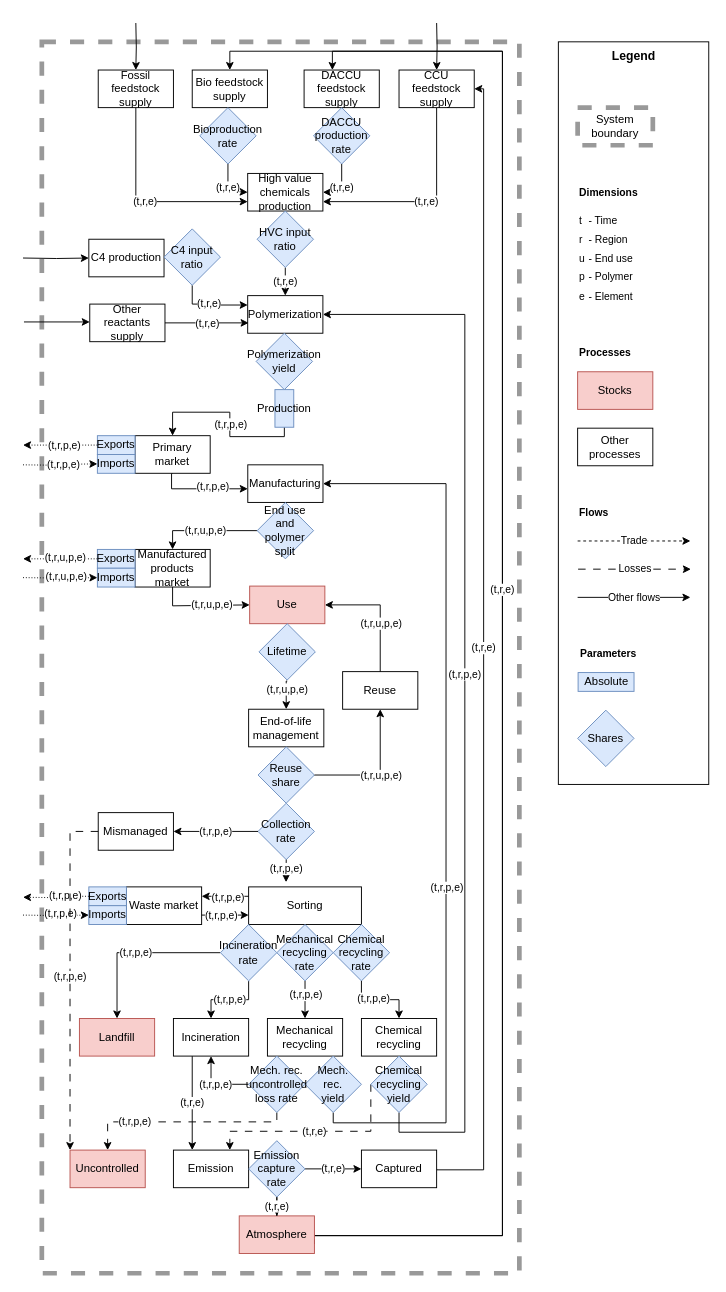
The draw.io diagram paper/figures/drawio/plastics.drawio in pik-piam/remind-mfa, before the edit. Source tidied: cells renumbered, new cells numbered last; positions are measured from the earlier drawing's top-left corner, leaving out a move shared by most shapes. Both pictures are drawn from the tidied source at 94%, with x=0, y=0 at pixel (23, 23).
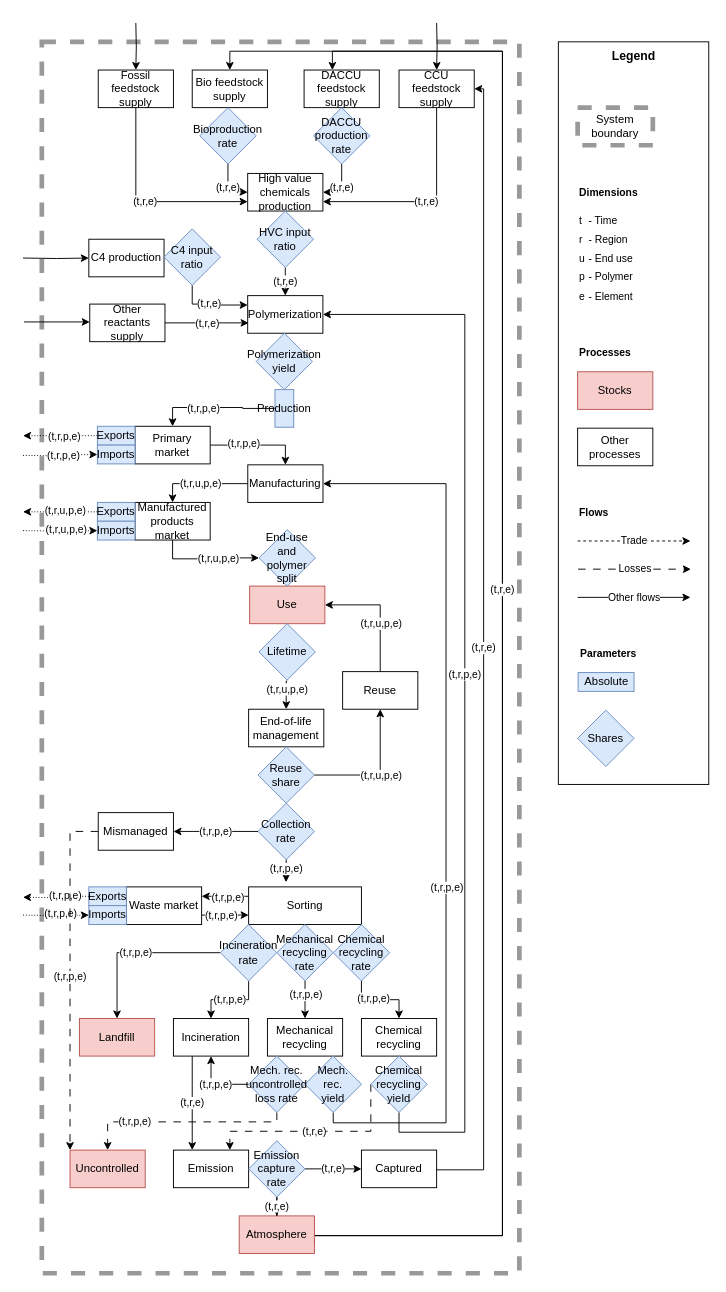
The same page after the edit.

Unchanged cells that the change refers to:
```xml
<mxCell id="4" value="Manufacturing" style="rounded=0;whiteSpace=wrap;html=1;" parent="1" vertex="1">
  <mxGeometry x="239.1" y="470" width="80" height="40" as="geometry" />
</mxCell>
<mxCell id="10" value="Use" style="rounded=0;whiteSpace=wrap;html=1;fillColor=#f8cecc;strokeColor=#b85450;" parent="1" vertex="1">
  <mxGeometry x="241.1" y="599" width="80" height="40" as="geometry" />
</mxCell>
<mxCell id="46" value="Production" style="rounded=0;whiteSpace=wrap;html=1;fillColor=#dae8fc;strokeColor=#6c8ebf;" parent="1" vertex="1">
  <mxGeometry x="268" y="390" width="20" height="40" as="geometry" />
</mxCell>
```

The edit, as a diff of the source:
```diff
@@
-    <mxCell id="5" style="edgeStyle=orthogonalEdgeStyle;rounded=0;jettySize=auto;html=1;exitX=0.5;exitY=1;exitDx=0;exitDy=0;entryX=0;entryY=0.5;entryDx=0;entryDy=0;" parent="1" edge="1" source="7">
-      <mxGeometry x="0.03" relative="1" as="geometry">
-        <mxPoint x="239.1" y="495.5" as="targetPoint" />
-        <Array as="points">
-          <mxPoint x="158" y="479" />
-          <mxPoint x="158" y="495.5" />
-        </Array>
-      </mxGeometry>
+    <mxCell id="5" style="edgeStyle=orthogonalEdgeStyle;rounded=0;jettySize=auto;html=1;exitX=1;exitY=0.5;exitDx=0;exitDy=0;entryX=0.5;entryY=0;entryDx=0;entryDy=0;" parent="1" edge="1" source="7" target="4">
+      <mxGeometry x="0.03" relative="1" as="geometry" />
     </mxCell>
     <mxCell id="6" value="(t,r,p,e)" style="edgeLabel;html=1;align=center;verticalAlign=middle;" parent="5" vertex="1">
-      <mxGeometry x="0.23" y="1" relative="1" as="geometry">
+      <mxGeometry x="-0.3" relative="1" as="geometry">
         <mxPoint y="-2" as="offset" />
       </mxGeometry>
     </mxCell>
     <mxCell id="7" value="Primary market" style="rounded=0;whiteSpace=wrap;html=1;" parent="1" vertex="1">
-      <mxGeometry x="119.1" y="439" width="80" height="40" as="geometry" />
+      <mxGeometry x="119.1" y="429" width="80" height="40" as="geometry" />
     </mxCell>
-    <mxCell id="8" style="edgeStyle=orthogonalEdgeStyle;rounded=0;jettySize=auto;html=1;entryX=0.5;entryY=0;entryDx=0;entryDy=0;exitX=0.5;exitY=1;exitDx=0;exitDy=0;" parent="1" edge="1" source="46" target="7">
-      <mxGeometry x="0.04" relative="1" as="geometry">
-        <Array as="points">
-          <mxPoint x="278" y="440" />
-          <mxPoint x="220" y="440" />
-          <mxPoint x="220" y="414" />
-          <mxPoint x="159.1" y="414" />
-        </Array>
-      </mxGeometry>
+    <mxCell id="8" style="edgeStyle=orthogonalEdgeStyle;rounded=0;jettySize=auto;html=1;exitX=0;exitY=0.5;exitDx=0;exitDy=0;entryX=0.5;entryY=0;entryDx=0;entryDy=0;" parent="1" edge="1" source="46" target="7">
+      <mxGeometry x="0.04" relative="1" as="geometry" />
     </mxCell>
     <mxCell id="9" value="(t,r,p,e)" style="edgeLabel;html=1;align=center;verticalAlign=middle;" parent="8" vertex="1">
-      <mxGeometry x="-0.09" relative="1" as="geometry" />
+      <mxGeometry x="0.2" relative="1" as="geometry" />
     </mxCell>
@@
     <mxCell id="11" value="Manufactured products market" style="rounded=0;whiteSpace=wrap;html=1;" parent="1" vertex="1">
-      <mxGeometry x="119.1" y="560" width="80" height="40" as="geometry" />
+      <mxGeometry x="119.1" y="510" width="80" height="40" as="geometry" />
     </mxCell>
-    <mxCell id="12" style="edgeStyle=orthogonalEdgeStyle;rounded=0;jettySize=auto;html=1;exitX=0.5;exitY=1;exitDx=0;exitDy=0;entryX=0;entryY=0.5;entryDx=0;entryDy=0;" parent="1" edge="1" source="11" target="10">
-      <mxGeometry relative="1" as="geometry">
-        <Array as="points">
-          <mxPoint x="159.1" y="620" />
-        </Array>
-      </mxGeometry>
+    <mxCell id="12" style="edgeStyle=orthogonalEdgeStyle;rounded=0;jettySize=auto;html=1;exitX=0.5;exitY=1;exitDx=0;exitDy=0;entryX=0;entryY=0.5;entryDx=0;entryDy=0;" parent="1" edge="1" source="11" target="55">
+      <mxGeometry relative="1" as="geometry" />
     </mxCell>
@@
     <mxCell id="14" value="Exports" style="rounded=0;whiteSpace=wrap;html=1;fillColor=#dae8fc;strokeColor=#6c8ebf;" parent="1" vertex="1">
-      <mxGeometry x="79.1" y="439" width="40" height="20" as="geometry" />
+      <mxGeometry x="79.1" y="429" width="40" height="20" as="geometry" />
     </mxCell>
     <mxCell id="15" value="Imports" style="rounded=0;whiteSpace=wrap;html=1;fillColor=#dae8fc;strokeColor=#6c8ebf;" parent="1" vertex="1">
-      <mxGeometry x="79.1" y="459" width="40" height="20" as="geometry" />
+      <mxGeometry x="79.1" y="449" width="40" height="20" as="geometry" />
     </mxCell>
     <mxCell id="16" style="edgeStyle=orthogonalEdgeStyle;rounded=0;jettySize=auto;html=1;exitX=0;exitY=0.5;exitDx=0;exitDy=0;dashed=1;dashPattern=1 2;" parent="1" edge="1" source="14">
       <mxGeometry relative="1" as="geometry">
-        <mxPoint y="449" as="targetPoint" />
+        <mxPoint y="439" as="targetPoint" />
       </mxGeometry>
     </mxCell>
@@
     <mxCell id="18" style="edgeStyle=orthogonalEdgeStyle;rounded=0;orthogonalLoop=1;jettySize=auto;html=1;entryX=0;entryY=0.5;entryDx=0;entryDy=0;dashed=1;dashPattern=1 2;" parent="1" edge="1">
       <mxGeometry x="0.13" relative="1" as="geometry">
-        <mxPoint y="470" as="sourcePoint" />
-        <mxPoint x="79.1" y="469" as="targetPoint" />
+        <mxPoint y="460" as="sourcePoint" />
+        <mxPoint x="79.1" y="459" as="targetPoint" />
       </mxGeometry>
     </mxCell>
@@
     <mxCell id="20" value="Exports" style="rounded=0;whiteSpace=wrap;html=1;fillColor=#dae8fc;strokeColor=#6c8ebf;" parent="1" vertex="1">
-      <mxGeometry x="79.1" y="560" width="40" height="20" as="geometry" />
+      <mxGeometry x="79.1" y="510" width="40" height="20" as="geometry" />
     </mxCell>
     <mxCell id="21" value="Imports" style="rounded=0;whiteSpace=wrap;html=1;fillColor=#dae8fc;strokeColor=#6c8ebf;" parent="1" vertex="1">
-      <mxGeometry x="79.1" y="580" width="40" height="20" as="geometry" />
+      <mxGeometry x="79.1" y="530" width="40" height="20" as="geometry" />
     </mxCell>
     <mxCell id="22" style="edgeStyle=orthogonalEdgeStyle;rounded=0;jettySize=auto;html=1;exitX=0;exitY=0.5;exitDx=0;exitDy=0;dashed=1;dashPattern=1 2;" parent="1" edge="1" source="20">
       <mxGeometry relative="1" as="geometry">
-        <mxPoint y="570" as="targetPoint" />
+        <mxPoint y="520" as="targetPoint" />
       </mxGeometry>
     </mxCell>
@@
     <mxCell id="24" style="edgeStyle=orthogonalEdgeStyle;rounded=0;jettySize=auto;html=1;entryX=0;entryY=0.5;entryDx=0;entryDy=0;dashed=1;dashPattern=1 2;" parent="1" edge="1" target="21">
       <mxGeometry relative="1" as="geometry">
-        <mxPoint y="590" as="sourcePoint" />
+        <mxPoint y="540" as="sourcePoint" />
       </mxGeometry>
     </mxCell>
@@
-    <mxCell id="54" value="(t,r,u,p,e)" style="edgeStyle=orthogonalEdgeStyle;rounded=0;jettySize=auto;html=1;exitX=0;exitY=0.5;exitDx=0;exitDy=0;entryX=0.5;entryY=0;entryDx=0;entryDy=0;" parent="1" edge="1" source="55" target="11">
+    <mxCell id="54" value="(t,r,u,p,e)" style="edgeStyle=orthogonalEdgeStyle;rounded=0;jettySize=auto;html=1;exitX=0;exitY=0.5;exitDx=0;exitDy=0;entryX=0.5;entryY=0;entryDx=0;entryDy=0;" parent="1" edge="1" source="4" target="11">
       <mxGeometry relative="1" as="geometry" />
     </mxCell>
-    <mxCell id="55" value="End use and polymer split" style="rhombus;whiteSpace=wrap;html=1;fillColor=#dae8fc;strokeColor=#6c8ebf;" parent="1" vertex="1">
-      <mxGeometry x="249.1" y="510" width="60" height="60" as="geometry" />
+    <mxCell id="55" value="End-use and polymer split" style="rhombus;whiteSpace=wrap;html=1;fillColor=#dae8fc;strokeColor=#6c8ebf;" parent="1" vertex="1">
+      <mxGeometry x="251.1" y="539" width="60" height="60" as="geometry" />
     </mxCell>
```
